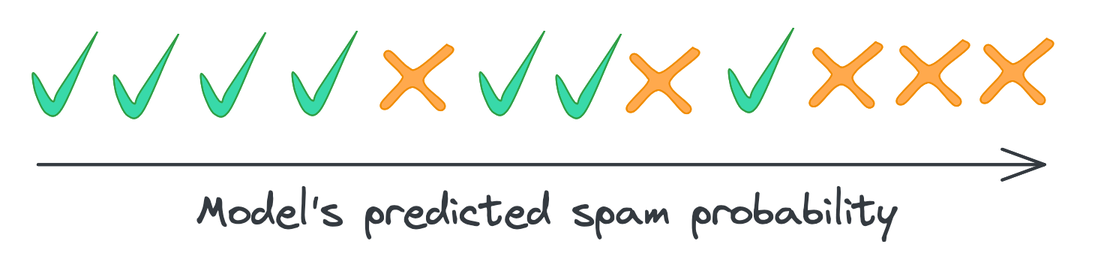
Above: images/ml/precision_recall/boundary.png in mgsosna/mattsosna.com (Excalidraw), before the change. Source tidied: one line per element, renumbered; positions are measured from the earlier drawing's top-left corner, leaving out a move shared by most shapes. Source of this version:
```json
{"id": 0, "type": "ellipse", "strokeColor": "#2f9e44", "backgroundColor": "#38d9a9", "fillStyle": "solid", "strokeWidth": 1, "roughness": 0, "opacity": 0, "x": 0, "y": 12, "width": 63, "height": 63}
{"id": 1, "type": "line", "strokeColor": "#2f9e44", "backgroundColor": "#38d9a9", "fillStyle": "solid", "strokeWidth": 1, "roughness": 0, "round": true, "x": 55, "y": 12, "width": 43, "height": 54, "points": [[0, 0], [-25, 38], [-30, 46], [-40, 30], [-43, 28], [-41, 41], [-34, 54], [-24, 52], [-8, 16], [0, 0]]}
{"id": 2, "type": "ellipse", "strokeColor": "#f08c00", "backgroundColor": "#ffa94d", "fillStyle": "solid", "strokeWidth": 1, "roughness": 0, "opacity": 0, "x": 513, "y": 2, "width": 86, "height": 86}
{"id": 3, "type": "line", "strokeColor": "#f08c00", "angle": 0.0, "backgroundColor": "#ffa94d", "fillStyle": "solid", "strokeWidth": 1, "roughness": 0, "round": true, "x": 574, "y": 18, "width": 48, "height": 43, "points": [[0, 0], [-19, 16], [-26, 15], [-38, 4], [-41, 8], [-31, 19], [-30, 24], [-44, 39], [-39, 43], [-26, 30], [-19, 30], [-6, 43], [-1, 39], [-14, 27], [-13, 19], [4, 5], [0, 0]]}
{"id": 4, "type": "ellipse", "strokeColor": "#2f9e44", "backgroundColor": "#38d9a9", "fillStyle": "solid", "strokeWidth": 1, "roughness": 0, "opacity": 0, "x": 54, "y": 14, "width": 63, "height": 63}
{"id": 5, "type": "line", "strokeColor": "#2f9e44", "backgroundColor": "#38d9a9", "fillStyle": "solid", "strokeWidth": 1, "roughness": 0, "round": true, "x": 109, "y": 13, "width": 43, "height": 54, "points": [[0, 0], [-25, 38], [-30, 46], [-40, 30], [-43, 28], [-41, 41], [-34, 54], [-24, 52], [-8, 16], [0, 0]]}
{"id": 6, "type": "ellipse", "strokeColor": "#2f9e44", "backgroundColor": "#38d9a9", "fillStyle": "solid", "strokeWidth": 1, "roughness": 0, "opacity": 0, "x": 112, "y": 13, "width": 63, "height": 63}
{"id": 7, "type": "line", "strokeColor": "#2f9e44", "backgroundColor": "#38d9a9", "fillStyle": "solid", "strokeWidth": 1, "roughness": 0, "round": true, "x": 167, "y": 12, "width": 43, "height": 54, "points": [[0, 0], [-25, 38], [-30, 46], [-40, 30], [-43, 28], [-41, 41], [-34, 54], [-24, 52], [-8, 16], [0, 0]]}
{"id": 8, "type": "ellipse", "strokeColor": "#2f9e44", "backgroundColor": "#38d9a9", "fillStyle": "solid", "strokeWidth": 1, "roughness": 0, "opacity": 0, "x": 173, "y": 12, "width": 63, "height": 63}
{"id": 9, "type": "line", "strokeColor": "#2f9e44", "backgroundColor": "#38d9a9", "fillStyle": "solid", "strokeWidth": 1, "roughness": 0, "round": true, "x": 228, "y": 11, "width": 43, "height": 54, "points": [[0, 0], [-25, 38], [-30, 46], [-40, 30], [-43, 28], [-41, 41], [-34, 54], [-24, 52], [-8, 16], [0, 0]]}
{"id": 10, "type": "ellipse", "strokeColor": "#f08c00", "backgroundColor": "#ffa94d", "fillStyle": "solid", "strokeWidth": 1, "roughness": 0, "opacity": 0, "x": 227, "y": 4, "width": 86, "height": 86}
{"id": 11, "type": "line", "strokeColor": "#f08c00", "angle": 0.0, "backgroundColor": "#ffa94d", "fillStyle": "solid", "strokeWidth": 1, "roughness": 0, "round": true, "x": 288, "y": 20, "width": 48, "height": 43, "points": [[0, 0], [-19, 16], [-26, 15], [-38, 4], [-41, 8], [-31, 19], [-30, 24], [-44, 39], [-39, 43], [-26, 30], [-19, 30], [-6, 43], [-1, 39], [-14, 27], [-13, 19], [4, 5], [0, 0]]}
{"id": 12, "type": "ellipse", "strokeColor": "#2f9e44", "backgroundColor": "#38d9a9", "fillStyle": "solid", "strokeWidth": 1, "roughness": 0, "opacity": 0, "x": 298, "y": 12, "width": 63, "height": 63}
{"id": 13, "type": "line", "strokeColor": "#2f9e44", "backgroundColor": "#38d9a9", "fillStyle": "solid", "strokeWidth": 1, "roughness": 0, "round": true, "x": 353, "y": 11, "width": 43, "height": 54, "points": [[0, 0], [-25, 38], [-30, 46], [-40, 30], [-43, 28], [-41, 41], [-34, 54], [-24, 52], [-8, 16], [0, 0]]}
{"id": 14, "type": "ellipse", "strokeColor": "#2f9e44", "backgroundColor": "#38d9a9", "fillStyle": "solid", "strokeWidth": 1, "roughness": 0, "opacity": 0, "x": 349, "y": 14, "width": 63, "height": 63}
{"id": 15, "type": "line", "strokeColor": "#2f9e44", "backgroundColor": "#38d9a9", "fillStyle": "solid", "strokeWidth": 1, "roughness": 0, "round": true, "x": 404, "y": 13, "width": 43, "height": 54, "points": [[0, 0], [-25, 38], [-30, 46], [-40, 30], [-43, 28], [-41, 41], [-34, 54], [-24, 52], [-8, 16], [0, 0]]}
{"id": 16, "type": "ellipse", "strokeColor": "#2f9e44", "backgroundColor": "#38d9a9", "fillStyle": "solid", "strokeWidth": 1, "roughness": 0, "opacity": 0, "x": 464, "y": 10, "width": 63, "height": 63}
{"id": 17, "type": "line", "strokeColor": "#2f9e44", "backgroundColor": "#38d9a9", "fillStyle": "solid", "strokeWidth": 1, "roughness": 0, "round": true, "x": 519, "y": 9, "width": 43, "height": 54, "points": [[0, 0], [-25, 38], [-30, 46], [-40, 30], [-43, 28], [-41, 41], [-34, 54], [-24, 52], [-8, 16], [0, 0]]}
{"id": 18, "type": "ellipse", "strokeColor": "#f08c00", "backgroundColor": "#ffa94d", "fillStyle": "solid", "strokeWidth": 1, "roughness": 0, "opacity": 0, "x": 391, "y": 6, "width": 86, "height": 86}
{"id": 19, "type": "line", "strokeColor": "#f08c00", "angle": 0.0, "backgroundColor": "#ffa94d", "fillStyle": "solid", "strokeWidth": 1, "roughness": 0, "round": true, "x": 452, "y": 22, "width": 48, "height": 43, "points": [[0, 0], [-19, 16], [-26, 15], [-38, 4], [-41, 8], [-31, 19], [-30, 24], [-44, 39], [-39, 43], [-26, 30], [-19, 30], [-6, 43], [-1, 39], [-14, 27], [-13, 19], [4, 5], [0, 0]]}
{"id": 20, "type": "ellipse", "strokeColor": "#f08c00", "backgroundColor": "#ffa94d", "fillStyle": "solid", "strokeWidth": 1, "roughness": 0, "opacity": 0, "x": 571, "y": 1, "width": 86, "height": 86}
{"id": 21, "type": "line", "strokeColor": "#f08c00", "angle": 0.0, "backgroundColor": "#ffa94d", "fillStyle": "solid", "strokeWidth": 1, "roughness": 0, "round": true, "x": 632, "y": 17, "width": 48, "height": 43, "points": [[0, 0], [-19, 16], [-26, 15], [-38, 4], [-41, 8], [-31, 19], [-30, 24], [-44, 39], [-39, 43], [-26, 30], [-19, 30], [-6, 43], [-1, 39], [-14, 27], [-13, 19], [4, 5], [0, 0]]}
{"id": 22, "type": "ellipse", "strokeColor": "#f08c00", "backgroundColor": "#ffa94d", "fillStyle": "solid", "strokeWidth": 1, "roughness": 0, "opacity": 0, "x": 627, "y": 0, "width": 86, "height": 86}
{"id": 23, "type": "line", "strokeColor": "#f08c00", "angle": 0.0, "backgroundColor": "#ffa94d", "fillStyle": "solid", "strokeWidth": 1, "roughness": 0, "round": true, "x": 688, "y": 16, "width": 48, "height": 43, "points": [[0, 0], [-19, 16], [-26, 15], [-38, 4], [-41, 8], [-31, 19], [-30, 24], [-44, 39], [-39, 43], [-26, 30], [-19, 30], [-6, 43], [-1, 39], [-14, 27], [-13, 19], [4, 5], [0, 0]]}
{"id": 24, "type": "arrow", "strokeColor": "#343a40", "backgroundColor": "#868e96", "fillStyle": "solid", "strokeWidth": 2, "roughness": 0, "endArrowhead": "arrow", "to": 22, "x": 16, "y": 100, "width": 671, "height": 0, "points": [[0, 0], [671, 0]]}
{"id": 25, "type": "text", "text": "Model's predicted spam probability", "strokeColor": "#343a40", "backgroundColor": "#868e96", "fillStyle": "solid", "strokeWidth": 2, "roughness": 0, "fontSize": 28, "fontFamily": 1, "x": 121, "y": 114, "width": 467, "height": 35}
```
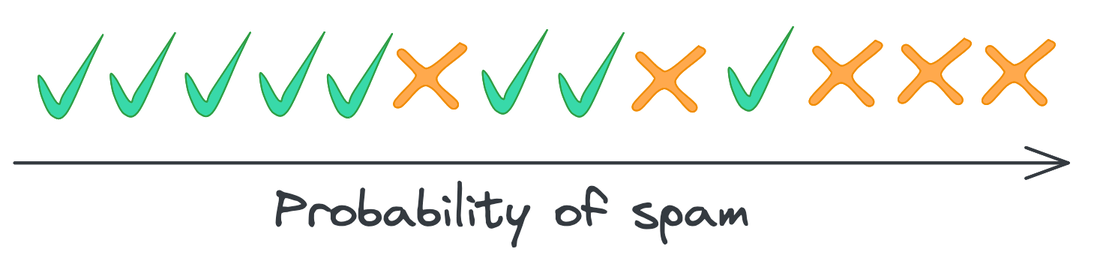
Above is the later version.

Change to the diagram source:
```diff
@@ -1,26 +1,28 @@
-{"id": 0, "type": "ellipse", "strokeColor": "#2f9e44", "backgroundColor": "#38d9a9", "fillStyle": "solid", "strokeWidth": 1, "roughness": 0, "opacity": 0, "x": 0, "y": 12, "width": 63, "height": 63}
+{"id": 0, "type": "ellipse", "strokeColor": "#2f9e44", "backgroundColor": "#38d9a9", "fillStyle": "solid", "strokeWidth": 1, "roughness": 0, "opacity": 0, "x": -12, "y": 15, "width": 63, "height": 63}
-{"id": 1, "type": "line", "strokeColor": "#2f9e44", "backgroundColor": "#38d9a9", "fillStyle": "solid", "strokeWidth": 1, "roughness": 0, "round": true, "x": 55, "y": 12, "width": 43, "height": 54, "points": [[0, 0], [-25, 38], [-30, 46], [-40, 30], [-43, 28], [-41, 41], [-34, 54], [-24, 52], [-8, 16], [0, 0]]}
+{"id": 1, "type": "line", "strokeColor": "#2f9e44", "backgroundColor": "#38d9a9", "fillStyle": "solid", "strokeWidth": 1, "roughness": 0, "round": true, "x": 43, "y": 15, "width": 43, "height": 54, "points": [[0, 0], [-25, 38], [-30, 46], [-40, 30], [-43, 28], [-41, 41], [-34, 54], [-24, 52], [-8, 16], [0, 0]]}
-{"id": 2, "type": "ellipse", "strokeColor": "#f08c00", "backgroundColor": "#ffa94d", "fillStyle": "solid", "strokeWidth": 1, "roughness": 0, "opacity": 0, "x": 513, "y": 2, "width": 86, "height": 86}
+{"id": 2, "type": "ellipse", "strokeColor": "#f08c00", "backgroundColor": "#ffa94d", "fillStyle": "solid", "strokeWidth": 1, "roughness": 0, "opacity": 0, "x": 497, "y": 2, "width": 86, "height": 86}
-{"id": 3, "type": "line", "strokeColor": "#f08c00", "angle": 0.0, "backgroundColor": "#ffa94d", "fillStyle": "solid", "strokeWidth": 1, "roughness": 0, "round": true, "x": 574, "y": 18, "width": 48, "height": 43, "points": [[0, 0], [-19, 16], [-26, 15], [-38, 4], [-41, 8], [-31, 19], [-30, 24], [-44, 39], [-39, 43], [-26, 30], [-19, 30], [-6, 43], [-1, 39], [-14, 27], [-13, 19], [4, 5], [0, 0]]}
+{"id": 3, "type": "line", "strokeColor": "#f08c00", "angle": 0.0, "backgroundColor": "#ffa94d", "fillStyle": "solid", "strokeWidth": 1, "roughness": 0, "round": true, "x": 558, "y": 18, "width": 48, "height": 43, "points": [[0, 0], [-19, 16], [-26, 15], [-38, 4], [-41, 8], [-31, 19], [-30, 24], [-44, 39], [-39, 43], [-26, 30], [-19, 30], [-6, 43], [-1, 39], [-14, 27], [-13, 19], [4, 5], [0, 0]]}
-{"id": 4, "type": "ellipse", "strokeColor": "#2f9e44", "backgroundColor": "#38d9a9", "fillStyle": "solid", "strokeWidth": 1, "roughness": 0, "opacity": 0, "x": 54, "y": 14, "width": 63, "height": 63}
+{"id": 4, "type": "ellipse", "strokeColor": "#2f9e44", "backgroundColor": "#38d9a9", "fillStyle": "solid", "strokeWidth": 1, "roughness": 0, "opacity": 0, "x": 36, "y": 14, "width": 63, "height": 63}
-{"id": 5, "type": "line", "strokeColor": "#2f9e44", "backgroundColor": "#38d9a9", "fillStyle": "solid", "strokeWidth": 1, "roughness": 0, "round": true, "x": 109, "y": 13, "width": 43, "height": 54, "points": [[0, 0], [-25, 38], [-30, 46], [-40, 30], [-43, 28], [-41, 41], [-34, 54], [-24, 52], [-8, 16], [0, 0]]}
+{"id": 5, "type": "line", "strokeColor": "#2f9e44", "backgroundColor": "#38d9a9", "fillStyle": "solid", "strokeWidth": 1, "roughness": 0, "round": true, "x": 91, "y": 13, "width": 43, "height": 54, "points": [[0, 0], [-25, 38], [-30, 46], [-40, 30], [-43, 28], [-41, 41], [-34, 54], [-24, 52], [-8, 16], [0, 0]]}
-{"id": 6, "type": "ellipse", "strokeColor": "#2f9e44", "backgroundColor": "#38d9a9", "fillStyle": "solid", "strokeWidth": 1, "roughness": 0, "opacity": 0, "x": 112, "y": 13, "width": 63, "height": 63}
+{"id": 6, "type": "ellipse", "strokeColor": "#2f9e44", "backgroundColor": "#38d9a9", "fillStyle": "solid", "strokeWidth": 1, "roughness": 0, "opacity": 0, "x": 86, "y": 14, "width": 63, "height": 63}
-{"id": 7, "type": "line", "strokeColor": "#2f9e44", "backgroundColor": "#38d9a9", "fillStyle": "solid", "strokeWidth": 1, "roughness": 0, "round": true, "x": 167, "y": 12, "width": 43, "height": 54, "points": [[0, 0], [-25, 38], [-30, 46], [-40, 30], [-43, 28], [-41, 41], [-34, 54], [-24, 52], [-8, 16], [0, 0]]}
+{"id": 7, "type": "line", "strokeColor": "#2f9e44", "backgroundColor": "#38d9a9", "fillStyle": "solid", "strokeWidth": 1, "roughness": 0, "round": true, "x": 141, "y": 13, "width": 43, "height": 54, "points": [[0, 0], [-25, 38], [-30, 46], [-40, 30], [-43, 28], [-41, 41], [-34, 54], [-24, 52], [-8, 16], [0, 0]]}
-{"id": 8, "type": "ellipse", "strokeColor": "#2f9e44", "backgroundColor": "#38d9a9", "fillStyle": "solid", "strokeWidth": 1, "roughness": 0, "opacity": 0, "x": 173, "y": 12, "width": 63, "height": 63}
+{"id": 8, "type": "ellipse", "strokeColor": "#2f9e44", "backgroundColor": "#38d9a9", "fillStyle": "solid", "strokeWidth": 1, "roughness": 0, "opacity": 0, "x": 136, "y": 13, "width": 63, "height": 63}
-{"id": 9, "type": "line", "strokeColor": "#2f9e44", "backgroundColor": "#38d9a9", "fillStyle": "solid", "strokeWidth": 1, "roughness": 0, "round": true, "x": 228, "y": 11, "width": 43, "height": 54, "points": [[0, 0], [-25, 38], [-30, 46], [-40, 30], [-43, 28], [-41, 41], [-34, 54], [-24, 52], [-8, 16], [0, 0]]}
+{"id": 9, "type": "line", "strokeColor": "#2f9e44", "backgroundColor": "#38d9a9", "fillStyle": "solid", "strokeWidth": 1, "roughness": 0, "round": true, "x": 191, "y": 13, "width": 43, "height": 54, "points": [[0, 0], [-25, 38], [-30, 46], [-40, 30], [-43, 28], [-41, 41], [-34, 54], [-24, 52], [-8, 16], [0, 0]]}
-{"id": 10, "type": "ellipse", "strokeColor": "#f08c00", "backgroundColor": "#ffa94d", "fillStyle": "solid", "strokeWidth": 1, "roughness": 0, "opacity": 0, "x": 227, "y": 4, "width": 86, "height": 86}
+{"id": 10, "type": "ellipse", "strokeColor": "#f08c00", "backgroundColor": "#ffa94d", "fillStyle": "solid", "strokeWidth": 1, "roughness": 0, "opacity": 0, "x": 220, "y": 4, "width": 86, "height": 86}
-{"id": 11, "type": "line", "strokeColor": "#f08c00", "angle": 0.0, "backgroundColor": "#ffa94d", "fillStyle": "solid", "strokeWidth": 1, "roughness": 0, "round": true, "x": 288, "y": 20, "width": 48, "height": 43, "points": [[0, 0], [-19, 16], [-26, 15], [-38, 4], [-41, 8], [-31, 19], [-30, 24], [-44, 39], [-39, 43], [-26, 30], [-19, 30], [-6, 43], [-1, 39], [-14, 27], [-13, 19], [4, 5], [0, 0]]}
+{"id": 11, "type": "line", "strokeColor": "#f08c00", "angle": 0.0, "backgroundColor": "#ffa94d", "fillStyle": "solid", "strokeWidth": 1, "roughness": 0, "round": true, "x": 281, "y": 20, "width": 48, "height": 43, "points": [[0, 0], [-19, 16], [-26, 15], [-38, 4], [-41, 8], [-31, 19], [-30, 24], [-44, 39], [-39, 43], [-26, 30], [-19, 30], [-6, 43], [-1, 39], [-14, 27], [-13, 19], [4, 5], [0, 0]]}
-{"id": 12, "type": "ellipse", "strokeColor": "#2f9e44", "backgroundColor": "#38d9a9", "fillStyle": "solid", "strokeWidth": 1, "roughness": 0, "opacity": 0, "x": 298, "y": 12, "width": 63, "height": 63}
+{"id": 12, "type": "ellipse", "strokeColor": "#2f9e44", "backgroundColor": "#38d9a9", "fillStyle": "solid", "strokeWidth": 1, "roughness": 0, "opacity": 0, "x": 284, "y": 12, "width": 63, "height": 63}
-{"id": 13, "type": "line", "strokeColor": "#2f9e44", "backgroundColor": "#38d9a9", "fillStyle": "solid", "strokeWidth": 1, "roughness": 0, "round": true, "x": 353, "y": 11, "width": 43, "height": 54, "points": [[0, 0], [-25, 38], [-30, 46], [-40, 30], [-43, 28], [-41, 41], [-34, 54], [-24, 52], [-8, 16], [0, 0]]}
+{"id": 13, "type": "line", "strokeColor": "#2f9e44", "backgroundColor": "#38d9a9", "fillStyle": "solid", "strokeWidth": 1, "roughness": 0, "round": true, "x": 339, "y": 11, "width": 43, "height": 54, "points": [[0, 0], [-25, 38], [-30, 46], [-40, 30], [-43, 28], [-41, 41], [-34, 54], [-24, 52], [-8, 16], [0, 0]]}
-{"id": 14, "type": "ellipse", "strokeColor": "#2f9e44", "backgroundColor": "#38d9a9", "fillStyle": "solid", "strokeWidth": 1, "roughness": 0, "opacity": 0, "x": 349, "y": 14, "width": 63, "height": 63}
+{"id": 14, "type": "ellipse", "strokeColor": "#2f9e44", "backgroundColor": "#38d9a9", "fillStyle": "solid", "strokeWidth": 1, "roughness": 0, "opacity": 0, "x": 335, "y": 14, "width": 63, "height": 63}
-{"id": 15, "type": "line", "strokeColor": "#2f9e44", "backgroundColor": "#38d9a9", "fillStyle": "solid", "strokeWidth": 1, "roughness": 0, "round": true, "x": 404, "y": 13, "width": 43, "height": 54, "points": [[0, 0], [-25, 38], [-30, 46], [-40, 30], [-43, 28], [-41, 41], [-34, 54], [-24, 52], [-8, 16], [0, 0]]}
+{"id": 15, "type": "line", "strokeColor": "#2f9e44", "backgroundColor": "#38d9a9", "fillStyle": "solid", "strokeWidth": 1, "roughness": 0, "round": true, "x": 390, "y": 13, "width": 43, "height": 54, "points": [[0, 0], [-25, 38], [-30, 46], [-40, 30], [-43, 28], [-41, 41], [-34, 54], [-24, 52], [-8, 16], [0, 0]]}
-{"id": 16, "type": "ellipse", "strokeColor": "#2f9e44", "backgroundColor": "#38d9a9", "fillStyle": "solid", "strokeWidth": 1, "roughness": 0, "opacity": 0, "x": 464, "y": 10, "width": 63, "height": 63}
+{"id": 16, "type": "ellipse", "strokeColor": "#2f9e44", "backgroundColor": "#38d9a9", "fillStyle": "solid", "strokeWidth": 1, "roughness": 0, "opacity": 0, "x": 448, "y": 10, "width": 63, "height": 63}
-{"id": 17, "type": "line", "strokeColor": "#2f9e44", "backgroundColor": "#38d9a9", "fillStyle": "solid", "strokeWidth": 1, "roughness": 0, "round": true, "x": 519, "y": 9, "width": 43, "height": 54, "points": [[0, 0], [-25, 38], [-30, 46], [-40, 30], [-43, 28], [-41, 41], [-34, 54], [-24, 52], [-8, 16], [0, 0]]}
+{"id": 17, "type": "line", "strokeColor": "#2f9e44", "backgroundColor": "#38d9a9", "fillStyle": "solid", "strokeWidth": 1, "roughness": 0, "round": true, "x": 503, "y": 9, "width": 43, "height": 54, "points": [[0, 0], [-25, 38], [-30, 46], [-40, 30], [-43, 28], [-41, 41], [-34, 54], [-24, 52], [-8, 16], [0, 0]]}
-{"id": 18, "type": "ellipse", "strokeColor": "#f08c00", "backgroundColor": "#ffa94d", "fillStyle": "solid", "strokeWidth": 1, "roughness": 0, "opacity": 0, "x": 391, "y": 6, "width": 86, "height": 86}
+{"id": 18, "type": "ellipse", "strokeColor": "#f08c00", "backgroundColor": "#ffa94d", "fillStyle": "solid", "strokeWidth": 1, "roughness": 0, "opacity": 0, "x": 379, "y": 6, "width": 86, "height": 86}
-{"id": 19, "type": "line", "strokeColor": "#f08c00", "angle": 0.0, "backgroundColor": "#ffa94d", "fillStyle": "solid", "strokeWidth": 1, "roughness": 0, "round": true, "x": 452, "y": 22, "width": 48, "height": 43, "points": [[0, 0], [-19, 16], [-26, 15], [-38, 4], [-41, 8], [-31, 19], [-30, 24], [-44, 39], [-39, 43], [-26, 30], [-19, 30], [-6, 43], [-1, 39], [-14, 27], [-13, 19], [4, 5], [0, 0]]}
+{"id": 19, "type": "line", "strokeColor": "#f08c00", "angle": 0.0, "backgroundColor": "#ffa94d", "fillStyle": "solid", "strokeWidth": 1, "roughness": 0, "round": true, "x": 440, "y": 22, "width": 48, "height": 43, "points": [[0, 0], [-19, 16], [-26, 15], [-38, 4], [-41, 8], [-31, 19], [-30, 24], [-44, 39], [-39, 43], [-26, 30], [-19, 30], [-6, 43], [-1, 39], [-14, 27], [-13, 19], [4, 5], [0, 0]]}
-{"id": 20, "type": "ellipse", "strokeColor": "#f08c00", "backgroundColor": "#ffa94d", "fillStyle": "solid", "strokeWidth": 1, "roughness": 0, "opacity": 0, "x": 571, "y": 1, "width": 86, "height": 86}
+{"id": 20, "type": "ellipse", "strokeColor": "#f08c00", "backgroundColor": "#ffa94d", "fillStyle": "solid", "strokeWidth": 1, "roughness": 0, "opacity": 0, "x": 556, "y": 1, "width": 86, "height": 86}
-{"id": 21, "type": "line", "strokeColor": "#f08c00", "angle": 0.0, "backgroundColor": "#ffa94d", "fillStyle": "solid", "strokeWidth": 1, "roughness": 0, "round": true, "x": 632, "y": 17, "width": 48, "height": 43, "points": [[0, 0], [-19, 16], [-26, 15], [-38, 4], [-41, 8], [-31, 19], [-30, 24], [-44, 39], [-39, 43], [-26, 30], [-19, 30], [-6, 43], [-1, 39], [-14, 27], [-13, 19], [4, 5], [0, 0]]}
+{"id": 21, "type": "line", "strokeColor": "#f08c00", "angle": 0.0, "backgroundColor": "#ffa94d", "fillStyle": "solid", "strokeWidth": 1, "roughness": 0, "round": true, "x": 617, "y": 17, "width": 48, "height": 43, "points": [[0, 0], [-19, 16], [-26, 15], [-38, 4], [-41, 8], [-31, 19], [-30, 24], [-44, 39], [-39, 43], [-26, 30], [-19, 30], [-6, 43], [-1, 39], [-14, 27], [-13, 19], [4, 5], [0, 0]]}
-{"id": 22, "type": "ellipse", "strokeColor": "#f08c00", "backgroundColor": "#ffa94d", "fillStyle": "solid", "strokeWidth": 1, "roughness": 0, "opacity": 0, "x": 627, "y": 0, "width": 86, "height": 86}
-{"id": 23, "type": "line", "strokeColor": "#f08c00", "angle": 0.0, "backgroundColor": "#ffa94d", "fillStyle": "solid", "strokeWidth": 1, "roughness": 0, "round": true, "x": 688, "y": 16, "width": 48, "height": 43, "points": [[0, 0], [-19, 16], [-26, 15], [-38, 4], [-41, 8], [-31, 19], [-30, 24], [-44, 39], [-39, 43], [-26, 30], [-19, 30], [-6, 43], [-1, 39], [-14, 27], [-13, 19], [4, 5], [0, 0]]}
-{"id": 24, "type": "arrow", "strokeColor": "#343a40", "backgroundColor": "#868e96", "fillStyle": "solid", "strokeWidth": 2, "roughness": 0, "endArrowhead": "arrow", "to": 22, "x": 16, "y": 100, "width": 671, "height": 0, "points": [[0, 0], [671, 0]]}
+{"id": 24, "type": "arrow", "strokeColor": "#343a40", "backgroundColor": "#868e96", "fillStyle": "solid", "strokeWidth": 2, "roughness": 0, "endArrowhead": "arrow", "to": 29, "x": -16, "y": 100, "width": 703, "height": 0, "points": [[0, 0], [703, 0]]}
-{"id": 25, "type": "text", "text": "Model's predicted spam probability", "strokeColor": "#343a40", "backgroundColor": "#868e96", "fillStyle": "solid", "strokeWidth": 2, "roughness": 0, "fontSize": 28, "fontFamily": 1, "x": 121, "y": 114, "width": 467, "height": 35}
+{"id": 26, "type": "text", "text": "Probability of spam", "strokeColor": "#343a40", "backgroundColor": "#868e96", "fillStyle": "solid", "strokeWidth": 2, "roughness": 0, "fontSize": 33.56, "fontFamily": 1, "x": 157, "y": 111, "width": 317, "height": 42}
+{"id": 27, "type": "ellipse", "strokeColor": "#2f9e44", "backgroundColor": "#38d9a9", "fillStyle": "solid", "strokeWidth": 1, "roughness": 0, "opacity": 0, "x": 181, "y": 14, "width": 63, "height": 63}
+{"id": 28, "type": "line", "strokeColor": "#2f9e44", "backgroundColor": "#38d9a9", "fillStyle": "solid", "strokeWidth": 1, "roughness": 0, "round": true, "x": 236, "y": 14, "width": 43, "height": 54, "points": [[0, 0], [-25, 38], [-30, 46], [-40, 30], [-43, 28], [-41, 41], [-34, 54], [-24, 52], [-8, 16], [0, 0]]}
+{"id": 29, "type": "ellipse", "strokeColor": "#f08c00", "backgroundColor": "#ffa94d", "fillStyle": "solid", "strokeWidth": 1, "roughness": 0, "opacity": 0, "x": 612, "y": 2, "width": 86, "height": 86}
+{"id": 30, "type": "line", "strokeColor": "#f08c00", "angle": 0.0, "backgroundColor": "#ffa94d", "fillStyle": "solid", "strokeWidth": 1, "roughness": 0, "round": true, "x": 673, "y": 18, "width": 48, "height": 43, "points": [[0, 0], [-19, 16], [-26, 15], [-38, 4], [-41, 8], [-31, 19], [-30, 24], [-44, 39], [-39, 43], [-26, 30], [-19, 30], [-6, 43], [-1, 39], [-14, 27], [-13, 19], [4, 5], [0, 0]]}
```
